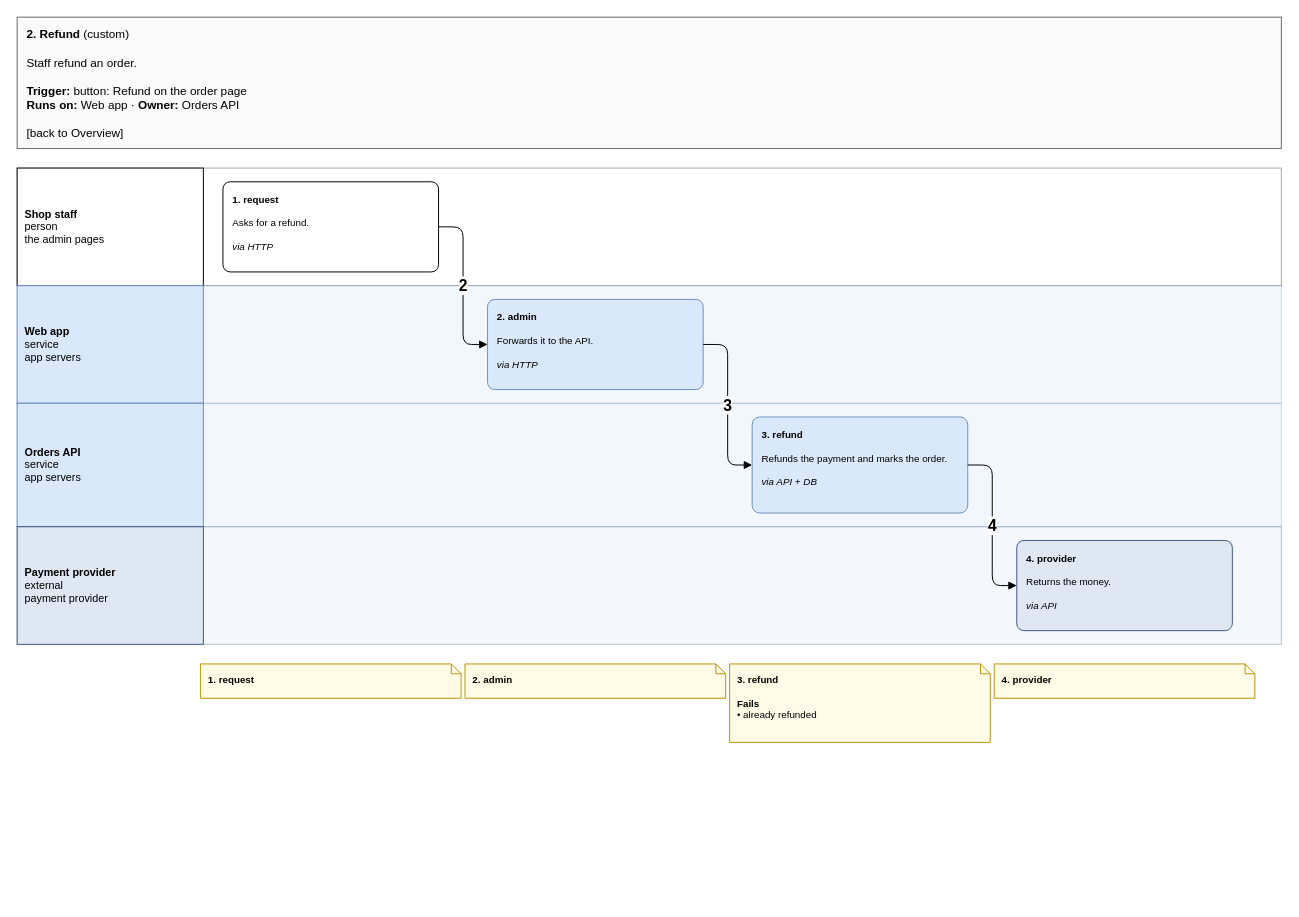
Earlier version of the draw.io diagram page "2. Refund" (4 of 7) of specialists/platform/skill-drawio/examples/shop/drawio/flows.drawio (amalikn/skills_stuff). Source tidied: cells renumbered, new cells numbered last; positions are measured from the earlier drawing's top-left corner, leaving out a move shared by most shapes. Both pictures are drawn from the tidied source at 98%, with x=0, y=0 at pixel (17, 17).
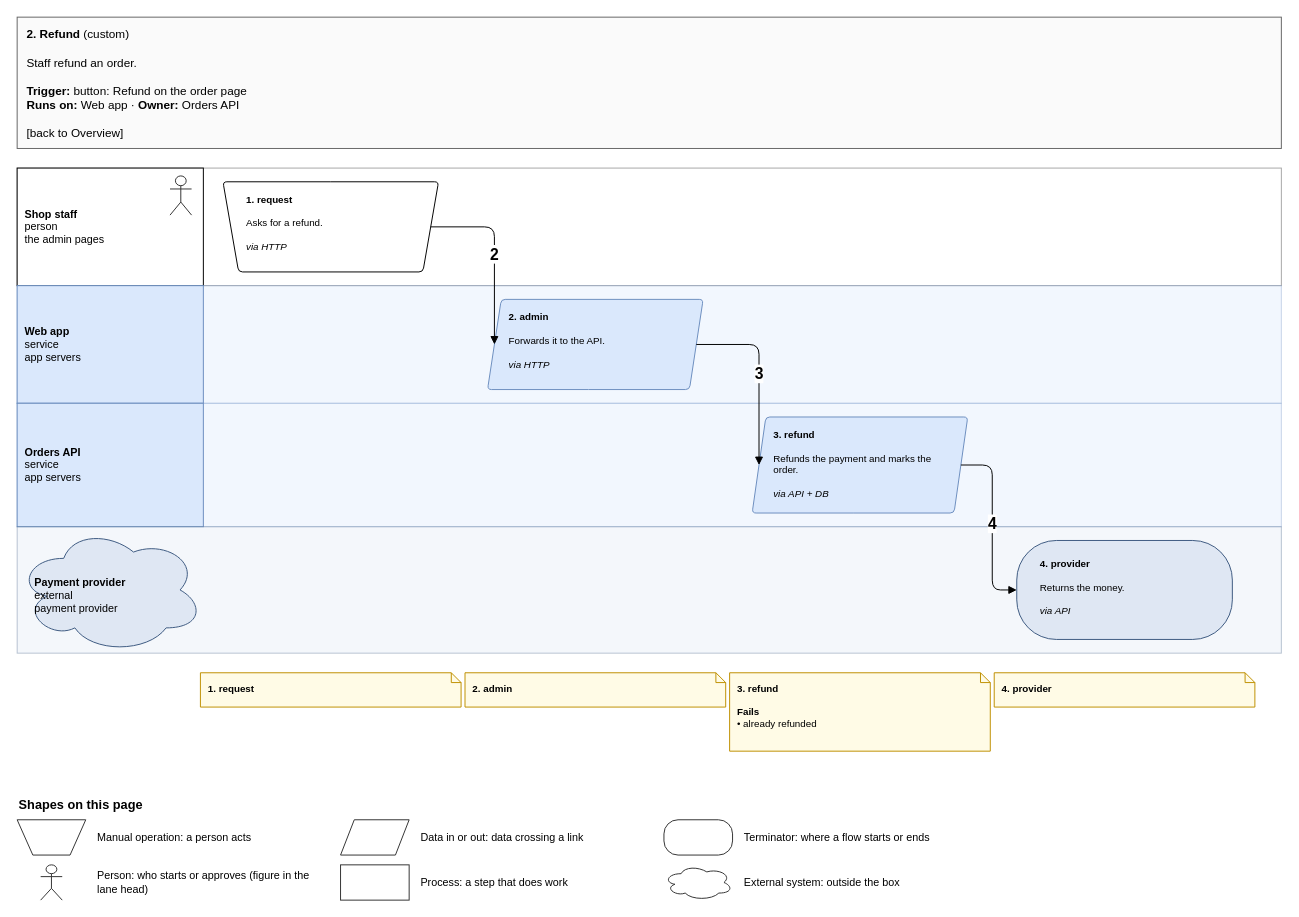
The same diagram, later.

What changed in the source:
```diff
@@
-    <mxCell id="4" value="&lt;b&gt;Shop staff&lt;/b&gt;&lt;br&gt;person&lt;br&gt;the admin pages" style="rounded=1;whiteSpace=wrap;html=1;fillColor=#ffffff;strokeColor=#000000;fontSize=11;arcSize=8;rounded=0;align=left;spacingLeft=6;" parent="1" vertex="1">
+    <mxCell id="4" value="&lt;b&gt;Shop staff&lt;/b&gt;&lt;br&gt;person&lt;br&gt;the admin pages" style="rounded=1;whiteSpace=wrap;html=1;fillColor=#ffffff;strokeColor=#000000;fontSize=11;arcSize=8;rounded=0;align=left;spacingLeft=6;rounded=0;spacingRight=40;" parent="1" vertex="1">
       <mxGeometry y="154" width="190" height="120" as="geometry" />
     </mxCell>
+    <mxCell id="22" style="shape=umlActor;verticalLabelPosition=bottom;verticalAlign=top;fillColor=#ffffff;strokeColor=#333333;" parent="1" vertex="1">
+      <mxGeometry x="156" y="162" width="22" height="40" as="geometry" />
+    </mxCell>
@@
-    <mxCell id="6" value="&lt;b&gt;Web app&lt;/b&gt;&lt;br&gt;service&lt;br&gt;app servers" style="rounded=1;whiteSpace=wrap;html=1;fillColor=#dae8fc;strokeColor=#6c8ebf;fontSize=11;arcSize=8;rounded=0;align=left;spacingLeft=6;" parent="1" vertex="1">
+    <mxCell id="6" value="&lt;b&gt;Web app&lt;/b&gt;&lt;br&gt;service&lt;br&gt;app servers" style="rounded=1;whiteSpace=wrap;html=1;fillColor=#dae8fc;strokeColor=#6c8ebf;fontSize=11;arcSize=8;rounded=0;align=left;spacingLeft=6;rounded=0;" parent="1" vertex="1">
       <mxGeometry y="274" width="190" height="120" as="geometry" />
     </mxCell>
@@
-    <mxCell id="8" value="&lt;b&gt;Orders API&lt;/b&gt;&lt;br&gt;service&lt;br&gt;app servers" style="rounded=1;whiteSpace=wrap;html=1;fillColor=#dae8fc;strokeColor=#6c8ebf;fontSize=11;arcSize=8;rounded=0;align=left;spacingLeft=6;" parent="1" vertex="1">
+    <mxCell id="8" value="&lt;b&gt;Orders API&lt;/b&gt;&lt;br&gt;service&lt;br&gt;app servers" style="rounded=1;whiteSpace=wrap;html=1;fillColor=#dae8fc;strokeColor=#6c8ebf;fontSize=11;arcSize=8;rounded=0;align=left;spacingLeft=6;rounded=0;" parent="1" vertex="1">
       <mxGeometry y="394" width="190" height="126" as="geometry" />
     </mxCell>
     <mxCell id="9" style="rounded=0;html=1;fillColor=#dfe7f3;strokeColor=#3d5a80;opacity=35;" parent="1" vertex="1">
-      <mxGeometry y="520" width="1290" height="120" as="geometry" />
+      <mxGeometry y="520" width="1290" height="129" as="geometry" />
     </mxCell>
-    <mxCell id="10" value="&lt;b&gt;Payment provider&lt;/b&gt;&lt;br&gt;external&lt;br&gt;payment provider" style="rounded=1;whiteSpace=wrap;html=1;fillColor=#dfe7f3;strokeColor=#3d5a80;fontSize=11;arcSize=8;rounded=0;align=left;spacingLeft=6;" parent="1" vertex="1">
-      <mxGeometry y="520" width="190" height="120" as="geometry" />
+    <mxCell id="10" value="&lt;b&gt;Payment provider&lt;/b&gt;&lt;br&gt;external&lt;br&gt;payment provider" style="rounded=1;whiteSpace=wrap;html=1;fillColor=#dfe7f3;strokeColor=#3d5a80;fontSize=11;arcSize=8;rounded=0;align=left;spacingLeft=6;ellipse;shape=cloud;spacingLeft=16;spacingRight=16;spacingTop=10;" parent="1" vertex="1">
+      <mxGeometry y="520" width="190" height="129" as="geometry" />
     </mxCell>
-    <mxCell id="11" value="&lt;b&gt;1. request&lt;/b&gt;&lt;br&gt; &lt;br&gt;Asks for a refund.&lt;br&gt; &lt;br&gt;&lt;i&gt;via HTTP&lt;/i&gt;" style="rounded=1;whiteSpace=wrap;html=1;fillColor=#ffffff;strokeColor=#000000;fontSize=11;arcSize=8;fontSize=10;align=left;verticalAlign=top;spacingLeft=8;spacingRight=6;spacingTop=6;" parent="1" vertex="1">
+    <mxCell id="11" value="&lt;b&gt;1. request&lt;/b&gt;&lt;br&gt; &lt;br&gt;Asks for a refund.&lt;br&gt; &lt;br&gt;&lt;i&gt;via HTTP&lt;/i&gt;" style="rounded=1;whiteSpace=wrap;html=1;fillColor=#ffffff;strokeColor=#000000;fontSize=11;arcSize=8;fontSize=10;align=left;verticalAlign=top;spacingLeft=8;spacingRight=6;spacingTop=6;shape=trapezoid;perimeter=trapezoidPerimeter;flipV=1;fixedSize=1;size=16;spacingLeft=22;spacingRight=22;" parent="1" vertex="1">
       <mxGeometry x="210" y="168" width="220" height="92" as="geometry" />
     </mxCell>
     <mxCell id="12" value="&lt;b&gt;1. request&lt;/b&gt;" style="shape=note;whiteSpace=wrap;html=1;size=10;fillColor=#fffbe6;strokeColor=#bf9000;align=left;verticalAlign=top;spacingLeft=6;spacingTop=4;fontSize=10;" parent="1" vertex="1">
-      <mxGeometry x="187" y="660" width="266" height="35" as="geometry" />
+      <mxGeometry x="187" y="669" width="266" height="35" as="geometry" />
     </mxCell>
-    <mxCell id="13" value="&lt;b&gt;2. admin&lt;/b&gt;&lt;br&gt; &lt;br&gt;Forwards it to the API.&lt;br&gt; &lt;br&gt;&lt;i&gt;via HTTP&lt;/i&gt;" style="rounded=1;whiteSpace=wrap;html=1;fillColor=#dae8fc;strokeColor=#6c8ebf;fontSize=11;arcSize=8;fontSize=10;align=left;verticalAlign=top;spacingLeft=8;spacingRight=6;spacingTop=6;" parent="1" vertex="1">
+    <mxCell id="13" value="&lt;b&gt;2. admin&lt;/b&gt;&lt;br&gt; &lt;br&gt;Forwards it to the API.&lt;br&gt; &lt;br&gt;&lt;i&gt;via HTTP&lt;/i&gt;" style="rounded=1;whiteSpace=wrap;html=1;fillColor=#dae8fc;strokeColor=#6c8ebf;fontSize=11;arcSize=8;fontSize=10;align=left;verticalAlign=top;spacingLeft=8;spacingRight=6;spacingTop=6;shape=parallelogram;perimeter=parallelogramPerimeter;fixedSize=1;size=14;spacingLeft=20;spacingRight=20;" parent="1" vertex="1">
       <mxGeometry x="480" y="288" width="220" height="92" as="geometry" />
     </mxCell>
     <mxCell id="14" value="&lt;b&gt;2. admin&lt;/b&gt;" style="shape=note;whiteSpace=wrap;html=1;size=10;fillColor=#fffbe6;strokeColor=#bf9000;align=left;verticalAlign=top;spacingLeft=6;spacingTop=4;fontSize=10;" parent="1" vertex="1">
-      <mxGeometry x="457" y="660" width="266" height="35" as="geometry" />
+      <mxGeometry x="457" y="669" width="266" height="35" as="geometry" />
     </mxCell>
-    <mxCell id="15" value="&lt;b&gt;3. refund&lt;/b&gt;&lt;br&gt; &lt;br&gt;Refunds the payment and marks the order.&lt;br&gt; &lt;br&gt;&lt;i&gt;via API + DB&lt;/i&gt;" style="rounded=1;whiteSpace=wrap;html=1;fillColor=#dae8fc;strokeColor=#6c8ebf;fontSize=11;arcSize=8;fontSize=10;align=left;verticalAlign=top;spacingLeft=8;spacingRight=6;spacingTop=6;" parent="1" vertex="1">
+    <mxCell id="15" value="&lt;b&gt;3. refund&lt;/b&gt;&lt;br&gt; &lt;br&gt;Refunds the payment and marks the order.&lt;br&gt; &lt;br&gt;&lt;i&gt;via API + DB&lt;/i&gt;" style="rounded=1;whiteSpace=wrap;html=1;fillColor=#dae8fc;strokeColor=#6c8ebf;fontSize=11;arcSize=8;fontSize=10;align=left;verticalAlign=top;spacingLeft=8;spacingRight=6;spacingTop=6;shape=parallelogram;perimeter=parallelogramPerimeter;fixedSize=1;size=14;spacingLeft=20;spacingRight=20;" parent="1" vertex="1">
       <mxGeometry x="750" y="408" width="220" height="98" as="geometry" />
     </mxCell>
     <mxCell id="16" value="&lt;b&gt;3. refund&lt;/b&gt;&lt;br&gt; &lt;br&gt;&lt;b&gt;Fails&lt;/b&gt;&lt;br&gt;• already refunded" style="shape=note;whiteSpace=wrap;html=1;size=10;fillColor=#fffbe6;strokeColor=#bf9000;align=left;verticalAlign=top;spacingLeft=6;spacingTop=4;fontSize=10;" parent="1" vertex="1">
-      <mxGeometry x="727" y="660" width="266" height="80" as="geometry" />
+      <mxGeometry x="727" y="669" width="266" height="80" as="geometry" />
     </mxCell>
-    <mxCell id="17" value="&lt;b&gt;4. provider&lt;/b&gt;&lt;br&gt; &lt;br&gt;Returns the money.&lt;br&gt; &lt;br&gt;&lt;i&gt;via API&lt;/i&gt;" style="rounded=1;whiteSpace=wrap;html=1;fillColor=#dfe7f3;strokeColor=#3d5a80;fontSize=11;arcSize=8;fontSize=10;align=left;verticalAlign=top;spacingLeft=8;spacingRight=6;spacingTop=6;" parent="1" vertex="1">
-      <mxGeometry x="1020" y="534" width="220" height="92" as="geometry" />
+    <mxCell id="17" value="&lt;b&gt;4. provider&lt;/b&gt;&lt;br&gt; &lt;br&gt;Returns the money.&lt;br&gt; &lt;br&gt;&lt;i&gt;via API&lt;/i&gt;" style="rounded=1;whiteSpace=wrap;html=1;fillColor=#dfe7f3;strokeColor=#3d5a80;fontSize=11;arcSize=8;fontSize=10;align=left;verticalAlign=top;spacingLeft=8;spacingRight=6;spacingTop=6;rounded=1;arcSize=40;spacingLeft=22;spacingRight=18;spacingTop=12;" parent="1" vertex="1">
+      <mxGeometry x="1020" y="534" width="220" height="101" as="geometry" />
     </mxCell>
     <mxCell id="18" value="&lt;b&gt;4. provider&lt;/b&gt;" style="shape=note;whiteSpace=wrap;html=1;size=10;fillColor=#fffbe6;strokeColor=#bf9000;align=left;verticalAlign=top;spacingLeft=6;spacingTop=4;fontSize=10;" parent="1" vertex="1">
-      <mxGeometry x="997" y="660" width="266" height="35" as="geometry" />
+      <mxGeometry x="997" y="669" width="266" height="35" as="geometry" />
     </mxCell>
+    <mxCell id="23" value="&lt;b&gt;Shapes on this page&lt;/b&gt;" style="text;html=1;align=left;fontSize=13;" parent="1" vertex="1">
+      <mxGeometry y="789" width="300" height="24" as="geometry" />
+    </mxCell>
+    <mxCell id="24" style="whiteSpace=wrap;html=1;fillColor=#ffffff;strokeColor=#333333;shape=trapezoid;perimeter=trapezoidPerimeter;flipV=1;fixedSize=1;size=16;spacingLeft=22;spacingRight=22;" parent="1" vertex="1">
+      <mxGeometry y="819" width="70" height="36" as="geometry" />
+    </mxCell>
+    <mxCell id="25" value="Manual operation: a person acts" style="text;html=1;align=left;verticalAlign=middle;whiteSpace=wrap;fontSize=11;" parent="1" vertex="1">
+      <mxGeometry x="80" y="819" width="240" height="36" as="geometry" />
+    </mxCell>
+    <mxCell id="26" style="whiteSpace=wrap;html=1;fillColor=#ffffff;strokeColor=#333333;shape=parallelogram;perimeter=parallelogramPerimeter;fixedSize=1;size=14;spacingLeft=20;spacingRight=20;" parent="1" vertex="1">
+      <mxGeometry x="330" y="819" width="70" height="36" as="geometry" />
+    </mxCell>
+    <mxCell id="27" value="Data in or out: data crossing a link" style="text;html=1;align=left;verticalAlign=middle;whiteSpace=wrap;fontSize=11;" parent="1" vertex="1">
+      <mxGeometry x="410" y="819" width="240" height="36" as="geometry" />
+    </mxCell>
+    <mxCell id="28" style="whiteSpace=wrap;html=1;fillColor=#ffffff;strokeColor=#333333;rounded=1;arcSize=40;spacingLeft=22;spacingRight=18;spacingTop=12;" parent="1" vertex="1">
+      <mxGeometry x="660" y="819" width="70" height="36" as="geometry" />
+    </mxCell>
+    <mxCell id="29" value="Terminator: where a flow starts or ends" style="text;html=1;align=left;verticalAlign=middle;whiteSpace=wrap;fontSize=11;" parent="1" vertex="1">
+      <mxGeometry x="740" y="819" width="240" height="36" as="geometry" />
+    </mxCell>
+    <mxCell id="30" style="shape=umlActor;verticalLabelPosition=bottom;verticalAlign=top;fillColor=#ffffff;strokeColor=#333333;" parent="1" vertex="1">
+      <mxGeometry x="24" y="865" width="22" height="36" as="geometry" />
+    </mxCell>
+    <mxCell id="31" value="Person: who starts or approves (figure in the lane head)" style="text;html=1;align=left;verticalAlign=middle;whiteSpace=wrap;fontSize=11;" parent="1" vertex="1">
+      <mxGeometry x="80" y="865" width="240" height="36" as="geometry" />
+    </mxCell>
+    <mxCell id="32" style="whiteSpace=wrap;html=1;fillColor=#ffffff;strokeColor=#333333;rounded=0;" parent="1" vertex="1">
+      <mxGeometry x="330" y="865" width="70" height="36" as="geometry" />
+    </mxCell>
+    <mxCell id="33" value="Process: a step that does work" style="text;html=1;align=left;verticalAlign=middle;whiteSpace=wrap;fontSize=11;" parent="1" vertex="1">
+      <mxGeometry x="410" y="865" width="240" height="36" as="geometry" />
+    </mxCell>
+    <mxCell id="34" style="whiteSpace=wrap;html=1;fillColor=#ffffff;strokeColor=#333333;ellipse;shape=cloud;spacingLeft=16;spacingRight=16;spacingTop=10;" parent="1" vertex="1">
+      <mxGeometry x="660" y="865" width="70" height="36" as="geometry" />
+    </mxCell>
+    <mxCell id="35" value="External system: outside the box" style="text;html=1;align=left;verticalAlign=middle;whiteSpace=wrap;fontSize=11;" parent="1" vertex="1">
+      <mxGeometry x="740" y="865" width="240" height="36" as="geometry" />
+    </mxCell>
```
